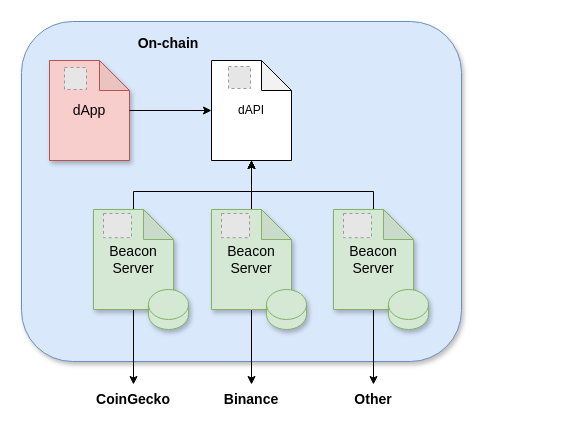
Earlier version of the draw.io diagram docs/beacon/v0.1/assets/diagrams/dapi-beacons.drawio (api3dao/old-api3-docs). Source tidied: cells renumbered, new cells numbered last; positions are measured from the earlier drawing's top-left corner, leaving out a move shared by most shapes. Both pictures are drawn from the tidied source at 100%, with x=0, y=0 at pixel (21, 21). Pictures stored in the file or linked from it are replaced by grey dashed boxes.
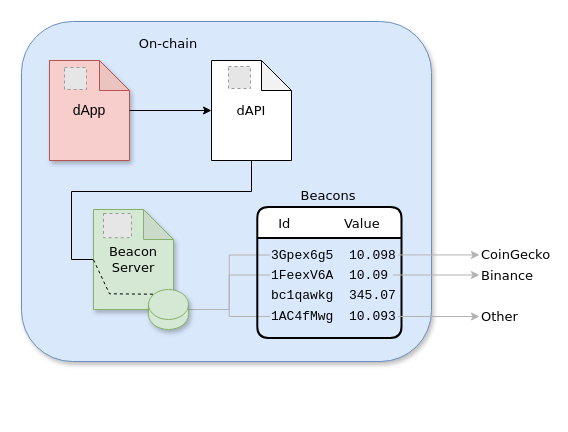
The same page after the edit.

Commit message (it also covers changes not shown here):
dApi diagram was use mutliple Beacons rather than a single Beacon. Some cosmetic changes.

The change refers to these unchanged cells:
```xml
<mxCell id="8" style="shape=cylinder3;whiteSpace=wrap;html=1;boundedLbl=1;backgroundOutline=1;size=15;shadow=1;fontSize=14;fillColor=#d5e8d4;strokeColor=#82b366;" parent="1" vertex="1">
  <mxGeometry x="127" y="268" width="40" height="40" as="geometry" />
</mxCell>
```

The edit, as a diff of the source:
```diff
@@
     <mxCell id="2" style="rounded=1;whiteSpace=wrap;html=1;shadow=1;fillColor=#dae8fc;strokeColor=#6c8ebf;" parent="1" vertex="1">
-      <mxGeometry width="440" height="340" as="geometry" />
+      <mxGeometry width="410" height="340" as="geometry" />
     </mxCell>
@@
-    <mxCell id="5" style="edgeStyle=orthogonalEdgeStyle;rounded=0;jettySize=auto;html=1;entryX=0.5;entryY=1;entryDx=0;entryDy=0;entryPerimeter=0;" parent="1" edge="1" source="7" target="22">
+    <mxCell id="5" style="edgeStyle=orthogonalEdgeStyle;rounded=0;jettySize=auto;html=1;entryX=0.5;entryY=1;entryDx=0;entryDy=0;entryPerimeter=0;exitX=0;exitY=0.5;exitDx=0;exitDy=0;exitPerimeter=0;endArrow=none;endFill=0;" parent="1" edge="1" source="7" target="22">
       <mxGeometry relative="1" as="geometry">
         <Array as="points">
-          <mxPoint x="112" y="170" />
+          <mxPoint x="50" y="238" />
+          <mxPoint x="50" y="170" />
           <mxPoint x="230" y="170" />
         </Array>
       </mxGeometry>
     </mxCell>
-    <mxCell id="6" style="edgeStyle=orthogonalEdgeStyle;rounded=0;jettySize=auto;html=1;entryX=0.5;entryY=0;entryDx=0;entryDy=0;fontSize=14;" parent="1" edge="1" source="7" target="24">
-      <mxGeometry relative="1" as="geometry" />
-    </mxCell>
-    <mxCell id="7" value="&lt;font style=&quot;font-size: 14px&quot;&gt;Beacon&lt;br&gt;Server&lt;br&gt;&lt;/font&gt;" style="shape=note;whiteSpace=wrap;html=1;backgroundOutline=1;darkOpacity=0.05;shadow=1;fillColor=#d5e8d4;strokeColor=#82b366;" parent="1" vertex="1">
+    <mxCell id="7" value="&lt;font style=&quot;font-size: 13px&quot;&gt;&lt;font face=&quot;Verdana&quot; style=&quot;font-size: 13px&quot;&gt;Beacon&lt;br&gt;Server&lt;/font&gt;&lt;br&gt;&lt;/font&gt;" style="shape=note;whiteSpace=wrap;html=1;backgroundOutline=1;darkOpacity=0.05;shadow=1;fillColor=#d5e8d4;strokeColor=#82b366;" parent="1" vertex="1">
       <mxGeometry x="72" y="188" width="80" height="100" as="geometry" />
     </mxCell>
+    <mxCell id="27" style="edgeStyle=orthogonalEdgeStyle;rounded=0;jettySize=auto;html=1;entryX=0;entryY=0.5;entryDx=0;entryDy=0;endArrow=none;endFill=0;strokeWidth=1;strokeColor=#B3B3B3;" parent="1" edge="1" source="8" target="35">
+      <mxGeometry relative="1" as="geometry" />
+    </mxCell>
+    <mxCell id="28" style="edgeStyle=orthogonalEdgeStyle;jettySize=auto;html=1;entryX=0;entryY=0.5;entryDx=0;entryDy=0;rounded=0;endArrow=none;endFill=0;strokeWidth=1;strokeColor=#B3B3B3;" parent="1" edge="1" source="8" target="33">
+      <mxGeometry relative="1" as="geometry" />
+    </mxCell>
+    <mxCell id="29" style="edgeStyle=orthogonalEdgeStyle;rounded=0;jettySize=auto;html=1;entryX=0;entryY=0.5;entryDx=0;entryDy=0;endArrow=none;endFill=0;strokeWidth=1;strokeColor=#B3B3B3;" parent="1" edge="1" source="8" target="38">
+      <mxGeometry relative="1" as="geometry" />
+    </mxCell>
@@
-    <mxCell id="9" value="&lt;b&gt;On-chain&lt;/b&gt;" style="text;html=1;strokeColor=none;fillColor=none;align=center;verticalAlign=middle;whiteSpace=wrap;rounded=0;shadow=1;fontSize=14;" parent="1" vertex="1">
+    <mxCell id="9" value="&lt;font face=&quot;Verdana&quot; style=&quot;font-size: 13px&quot;&gt;On-chain&lt;/font&gt;" style="text;html=1;strokeColor=none;fillColor=none;align=center;verticalAlign=middle;whiteSpace=wrap;rounded=0;shadow=1;fontSize=14;" parent="1" vertex="1">
       <mxGeometry x="97" y="7" width="100" height="30" as="geometry" />
     </mxCell>
@@
-    <mxCell id="11" style="edgeStyle=orthogonalEdgeStyle;rounded=0;jettySize=auto;html=1;entryX=0.5;entryY=1;entryDx=0;entryDy=0;entryPerimeter=0;" parent="1" edge="1" source="13" target="22">
-      <mxGeometry relative="1" as="geometry">
-        <Array as="points">
-          <mxPoint x="352" y="170" />
-          <mxPoint x="230" y="170" />
-        </Array>
-      </mxGeometry>
-    </mxCell>
-    <mxCell id="12" style="edgeStyle=orthogonalEdgeStyle;rounded=0;jettySize=auto;html=1;entryX=0.5;entryY=0;entryDx=0;entryDy=0;fontSize=14;" parent="1" edge="1" source="13" target="26">
-      <mxGeometry relative="1" as="geometry" />
-    </mxCell>
-    <mxCell id="13" value="&lt;font style=&quot;font-size: 14px&quot;&gt;Beacon&lt;br&gt;Server&lt;br&gt;&lt;/font&gt;" style="shape=note;whiteSpace=wrap;html=1;backgroundOutline=1;darkOpacity=0.05;shadow=1;fillColor=#d5e8d4;strokeColor=#82b366;" parent="1" vertex="1">
-      <mxGeometry x="312" y="188" width="80" height="100" as="geometry" />
-    </mxCell>
-    <mxCell id="14" style="shape=cylinder3;whiteSpace=wrap;html=1;boundedLbl=1;backgroundOutline=1;size=15;shadow=1;fontSize=14;fillColor=#d5e8d4;strokeColor=#82b366;" parent="1" vertex="1">
-      <mxGeometry x="367" y="268" width="40" height="40" as="geometry" />
-    </mxCell>
-    <mxCell id="15" style="fillColor=#E6E6E6;strokeColor=#999999;dashed=1;verticalLabelPosition=bottom;labelBackgroundColor=default;verticalAlign=top;fontSize=12;" parent="1" vertex="1">
-      <mxGeometry x="322" y="192" width="28" height="24.2" as="geometry" />
-    </mxCell>
-    <mxCell id="16" style="edgeStyle=orthogonalEdgeStyle;rounded=0;jettySize=auto;html=1;entryX=0.5;entryY=1;entryDx=0;entryDy=0;entryPerimeter=0;" parent="1" edge="1" source="18" target="22">
-      <mxGeometry relative="1" as="geometry" />
-    </mxCell>
-    <mxCell id="17" style="edgeStyle=orthogonalEdgeStyle;rounded=0;jettySize=auto;html=1;entryX=0.5;entryY=0;entryDx=0;entryDy=0;fontSize=14;" parent="1" edge="1" source="18" target="25">
-      <mxGeometry relative="1" as="geometry" />
-    </mxCell>
-    <mxCell id="18" value="&lt;font style=&quot;font-size: 14px&quot;&gt;Beacon&lt;br&gt;Server&lt;br&gt;&lt;/font&gt;" style="shape=note;whiteSpace=wrap;html=1;backgroundOutline=1;darkOpacity=0.05;shadow=1;fillColor=#d5e8d4;strokeColor=#82b366;" parent="1" vertex="1">
-      <mxGeometry x="190" y="188" width="80" height="100" as="geometry" />
-    </mxCell>
-    <mxCell id="19" style="shape=cylinder3;whiteSpace=wrap;html=1;boundedLbl=1;backgroundOutline=1;size=15;shadow=1;fontSize=14;fillColor=#d5e8d4;strokeColor=#82b366;" parent="1" vertex="1">
-      <mxGeometry x="245" y="268" width="40" height="40" as="geometry" />
-    </mxCell>
-    <mxCell id="20" style="fillColor=#E6E6E6;strokeColor=#999999;dashed=1;verticalLabelPosition=bottom;labelBackgroundColor=default;verticalAlign=top;fontSize=12;" parent="1" vertex="1">
-      <mxGeometry x="200" y="192" width="28" height="24.2" as="geometry" />
-    </mxCell>
@@
-    <mxCell id="22" value="dAPI" style="shape=note;whiteSpace=wrap;html=1;backgroundOutline=1;darkOpacity=0.05;" parent="1" vertex="1">
+    <mxCell id="22" value="&lt;font style=&quot;font-size: 13px&quot; face=&quot;Verdana&quot;&gt;dAPI&lt;/font&gt;" style="shape=note;whiteSpace=wrap;html=1;backgroundOutline=1;darkOpacity=0.05;" parent="1" vertex="1">
       <mxGeometry x="190" y="39" width="80" height="100" as="geometry" />
     </mxCell>
@@
-    <mxCell id="24" value="&lt;font style=&quot;font-size: 14px&quot;&gt;&lt;b&gt;CoinGecko&lt;/b&gt;&lt;/font&gt;" style="text;html=1;strokeColor=none;fillColor=none;align=center;verticalAlign=middle;whiteSpace=wrap;rounded=0;" parent="1" vertex="1">
-      <mxGeometry x="82" y="363" width="60" height="30" as="geometry" />
+    <mxCell id="24" value="&lt;font style=&quot;font-size: 13px&quot;&gt;CoinGecko&lt;/font&gt;" style="text;html=1;strokeColor=none;fillColor=none;align=left;verticalAlign=middle;whiteSpace=wrap;rounded=0;fontFamily=Verdana;" parent="1" vertex="1">
+      <mxGeometry x="458" y="220.2" width="60" height="26.5" as="geometry" />
     </mxCell>
-    <mxCell id="25" value="&lt;font style=&quot;font-size: 14px&quot;&gt;&lt;b&gt;Binance&lt;/b&gt;&lt;/font&gt;" style="text;html=1;strokeColor=none;fillColor=none;align=center;verticalAlign=middle;whiteSpace=wrap;rounded=0;" parent="1" vertex="1">
-      <mxGeometry x="200" y="363" width="60" height="30" as="geometry" />
+    <mxCell id="25" value="&lt;font size=&quot;1&quot;&gt;&lt;span style=&quot;font-size: 13px&quot;&gt;Binance&lt;/span&gt;&lt;/font&gt;" style="text;html=1;strokeColor=none;fillColor=none;align=left;verticalAlign=middle;whiteSpace=wrap;rounded=0;fontFamily=Verdana;" parent="1" vertex="1">
+      <mxGeometry x="458" y="238.5" width="60" height="30" as="geometry" />
     </mxCell>
-    <mxCell id="26" value="&lt;font style=&quot;font-size: 14px&quot;&gt;&lt;b&gt;Other&lt;/b&gt;&lt;/font&gt;" style="text;html=1;strokeColor=none;fillColor=none;align=center;verticalAlign=middle;whiteSpace=wrap;rounded=0;" parent="1" vertex="1">
-      <mxGeometry x="322" y="363" width="60" height="30" as="geometry" />
+    <mxCell id="26" value="&lt;font style=&quot;font-size: 13px&quot;&gt;&lt;span style=&quot;font-size: 13px&quot;&gt;Other&lt;/span&gt;&lt;/font&gt;" style="text;html=1;strokeColor=none;fillColor=none;align=left;verticalAlign=middle;whiteSpace=wrap;rounded=0;fontFamily=Verdana;fontSize=13;" parent="1" vertex="1">
+      <mxGeometry x="458" y="280" width="60" height="30" as="geometry" />
     </mxCell>
+    <mxCell id="30" value="Id             Value" style="swimlane;horizontal=1;startSize=31;rounded=1;fontSize=13;fontStyle=0;strokeWidth=2;shadow=0;dashed=0;align=center;arcSize=12;fontFamily=Verdana;" parent="1" vertex="1">
+      <mxGeometry x="235.8" y="185.5" width="144.2" height="131" as="geometry" />
+    </mxCell>
+    <mxCell id="31" value="&lt;font face=&quot;Verdana&quot; size=&quot;1&quot;&gt;&lt;span style=&quot;font-size: 13px&quot;&gt;Beacons&lt;/span&gt;&lt;/font&gt;" style="text;html=1;strokeColor=none;fillColor=none;align=center;verticalAlign=middle;whiteSpace=wrap;rounded=0;fontFamily=Courier New;" parent="1" vertex="1">
+      <mxGeometry x="276.9" y="159.5" width="60" height="30" as="geometry" />
+    </mxCell>
+    <mxCell id="32" style="edgeStyle=orthogonalEdgeStyle;rounded=0;jettySize=auto;html=1;entryX=0;entryY=0.5;entryDx=0;entryDy=0;strokeColor=#B3B3B3;strokeWidth=1;sourcePerimeterSpacing=-1;" parent="1" edge="1" source="33" target="24">
+      <mxGeometry relative="1" as="geometry" />
+    </mxCell>
+    <mxCell id="33" value="&lt;span style=&quot;font-size: 13px&quot;&gt;3Gpex6g5&amp;nbsp; 10.098&lt;/span&gt;" style="text;html=1;strokeColor=none;fillColor=none;align=left;verticalAlign=middle;whiteSpace=wrap;rounded=0;fontFamily=Courier New;" parent="1" vertex="1">
+      <mxGeometry x="248.4" y="223.5" width="129" height="20" as="geometry" />
+    </mxCell>
+    <mxCell id="34" style="edgeStyle=orthogonalEdgeStyle;rounded=0;jettySize=auto;html=1;entryX=0;entryY=0.5;entryDx=0;entryDy=0;strokeColor=#B3B3B3;strokeWidth=1;targetPerimeterSpacing=0;sourcePerimeterSpacing=-6;" parent="1" edge="1" source="35" target="25">
+      <mxGeometry relative="1" as="geometry" />
+    </mxCell>
+    <mxCell id="35" value="&lt;span style=&quot;font-size: 13px;&quot;&gt;1FeexV6A&amp;nbsp; 10.09&lt;/span&gt;" style="text;html=1;strokeColor=none;fillColor=none;align=left;verticalAlign=middle;whiteSpace=wrap;rounded=0;fontFamily=Courier New;" parent="1" vertex="1">
+      <mxGeometry x="248.4" y="243.5" width="129" height="20" as="geometry" />
+    </mxCell>
+    <mxCell id="36" value="&lt;span style=&quot;font-size: 13px;&quot;&gt;bc1qawkg&amp;nbsp; 345.07&lt;/span&gt;" style="text;html=1;strokeColor=none;fillColor=none;align=left;verticalAlign=middle;whiteSpace=wrap;rounded=0;fontFamily=Courier New;" parent="1" vertex="1">
+      <mxGeometry x="248.4" y="263.5" width="129" height="20" as="geometry" />
+    </mxCell>
+    <mxCell id="37" style="edgeStyle=orthogonalEdgeStyle;rounded=0;jettySize=auto;html=1;entryX=0;entryY=0.5;entryDx=0;entryDy=0;strokeColor=#B3B3B3;strokeWidth=1;sourcePerimeterSpacing=-1;" parent="1" edge="1" source="38" target="26">
+      <mxGeometry relative="1" as="geometry" />
+    </mxCell>
+    <mxCell id="38" value="&lt;span style=&quot;font-size: 13px&quot;&gt;1AC4fMwg&amp;nbsp; 10.093&lt;/span&gt;" style="text;html=1;strokeColor=none;fillColor=none;align=left;verticalAlign=middle;whiteSpace=wrap;rounded=0;fontFamily=Courier New;" parent="1" vertex="1">
+      <mxGeometry x="248.4" y="283.5" width="129" height="23" as="geometry" />
+    </mxCell>
+    <mxCell id="39" style="endArrow=none;html=1;rounded=0;dashed=1;exitX=0;exitY=0.5;exitDx=0;exitDy=0;exitPerimeter=0;entryX=0.145;entryY=0;entryDx=0;entryDy=4.35;entryPerimeter=0;endFill=0;" parent="1" edge="1">
+      <mxGeometry relative="1" as="geometry">
+        <mxPoint x="72" y="238.3" as="sourcePoint" />
+        <mxPoint x="132.8" y="272.7" as="targetPoint" />
+        <Array as="points">
+          <mxPoint x="88" y="272.3" />
+        </Array>
+      </mxGeometry>
+    </mxCell>
```
